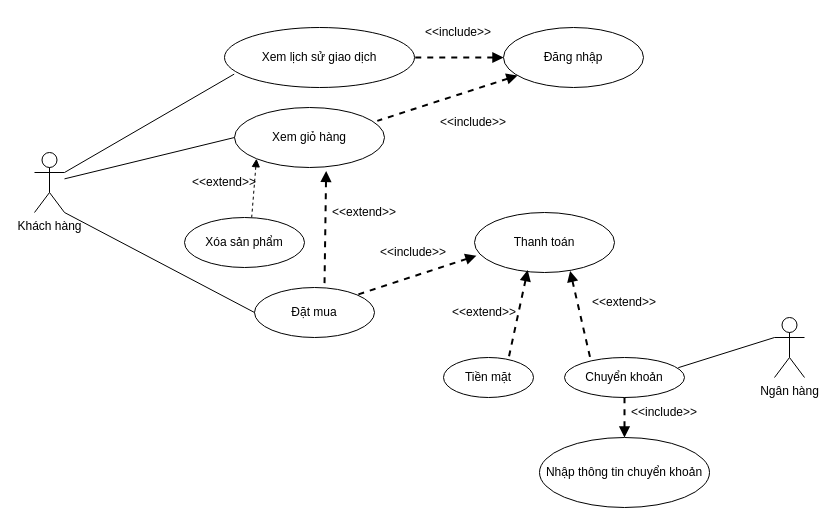
Above: Use Case Diagram/Cart_Checkout.drawio in NguyenThaiDung2003/IT3120Nhom11 (draw.io), before the change. Source tidied: cells renumbered, new cells numbered last; positions are measured from the earlier drawing's top-left corner, leaving out a move shared by most shapes. Both pictures are drawn from the tidied source at 100%, with x=0, y=0 at pixel (34, 17).
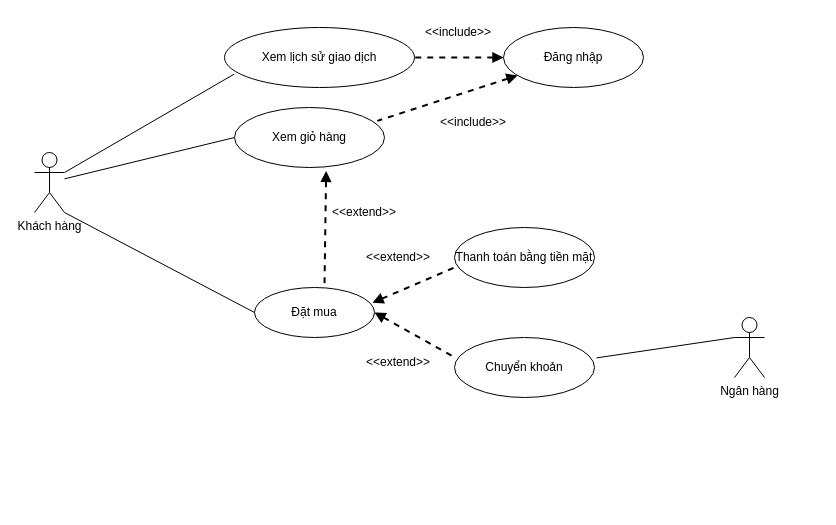
The same page after the edit.

Commit message:
Xóa bớt các thành phần chưa được xem xét là UC

Unchanged cells that the change refers to:
```xml
<mxCell id="4" value="Xem giỏ hàng" style="ellipse;whiteSpace=wrap;html=1;" parent="1" vertex="1">
  <mxGeometry x="200" y="90" width="150" height="60" as="geometry" />
</mxCell>
<mxCell id="5" value="Đặt mua" style="ellipse;whiteSpace=wrap;html=1;" parent="1" vertex="1">
  <mxGeometry x="220" y="270" width="120" height="50" as="geometry" />
</mxCell>
```

What changed in the source:
```diff
@@
-    <mxCell id="6" value="Xóa sản phẩm" style="ellipse;whiteSpace=wrap;html=1;" parent="1" vertex="1">
-      <mxGeometry x="150" y="200" width="120" height="50" as="geometry" />
-    </mxCell>
@@
-    <mxCell id="8" value="Thanh toán" style="ellipse;whiteSpace=wrap;html=1;" parent="1" vertex="1">
-      <mxGeometry x="440" y="195" width="140" height="60" as="geometry" />
+    <mxCell id="8" value="Thanh toán bằng tiền mặt" style="ellipse;whiteSpace=wrap;html=1;" parent="1" vertex="1">
+      <mxGeometry x="420" y="210" width="140" height="60" as="geometry" />
     </mxCell>
-    <mxCell id="9" value="Tiền mặt" style="ellipse;whiteSpace=wrap;html=1;" parent="1" vertex="1">
-      <mxGeometry x="409" y="340" width="90" height="40" as="geometry" />
-    </mxCell>
-    <mxCell id="10" value="Chuyển khoản" style="ellipse;whiteSpace=wrap;html=1;" parent="1" vertex="1">
-      <mxGeometry x="530" y="340" width="120" height="40" as="geometry" />
-    </mxCell>
-    <mxCell id="11" value="Nhập thông tin chuyển khoản" style="ellipse;whiteSpace=wrap;html=1;" parent="1" vertex="1">
-      <mxGeometry x="505" y="420" width="170" height="70" as="geometry" />
-    </mxCell>
     <mxCell id="12" value="Ngân hàng" style="shape=umlActor;verticalLabelPosition=bottom;verticalAlign=top;html=1;outlineConnect=0;" parent="1" vertex="1">
-      <mxGeometry x="740" y="300" width="30" height="60" as="geometry" />
+      <mxGeometry x="700" y="300" width="30" height="60" as="geometry" />
     </mxCell>
@@
-    <mxCell id="17" style="endArrow=none;dashed=1;html=1;strokeWidth=2;rounded=0;startArrow=block;startFill=1;entryX=1;entryY=0;entryDx=0;entryDy=0;exitX=0.014;exitY=0.72;exitDx=0;exitDy=0;exitPerimeter=0;" parent="1" edge="1" source="8" target="5">
+    <mxCell id="17" style="endArrow=none;dashed=1;html=1;strokeWidth=2;rounded=0;startArrow=block;startFill=1;entryX=0;entryY=0.667;entryDx=0;entryDy=0;entryPerimeter=0;exitX=0.983;exitY=0.304;exitDx=0;exitDy=0;exitPerimeter=0;" parent="1" edge="1" source="5" target="8">
       <mxGeometry relative="1" as="geometry" />
     </mxCell>
-    <mxCell id="18" style="endArrow=none;dashed=1;html=1;strokeWidth=2;rounded=0;startArrow=block;startFill=1;entryX=0.5;entryY=1;entryDx=0;entryDy=0;exitX=0.5;exitY=0;exitDx=0;exitDy=0;" parent="1" edge="1" source="11" target="10">
-      <mxGeometry relative="1" as="geometry" />
-    </mxCell>
-    <mxCell id="19" style="endArrow=none;html=1;rounded=0;exitX=0;exitY=0.3333333333333333;exitDx=0;exitDy=0;exitPerimeter=0;entryX=0.948;entryY=0.255;entryDx=0;entryDy=0;entryPerimeter=0;" parent="1" edge="1" source="12" target="10">
+    <mxCell id="19" style="endArrow=none;html=1;rounded=0;exitX=0;exitY=0.3333333333333333;exitDx=0;exitDy=0;exitPerimeter=0;entryX=1.014;entryY=0.34;entryDx=0;entryDy=0;entryPerimeter=0;" parent="1" edge="1" source="12" target="10">
       <mxGeometry relative="1" as="geometry" />
     </mxCell>
-    <mxCell id="20" style="endArrow=none;dashed=1;html=1;rounded=0;exitX=0;exitY=1;exitDx=0;exitDy=0;startArrow=block;startFill=1;entryX=0.56;entryY=-0.004;entryDx=0;entryDy=0;entryPerimeter=0;" parent="1" edge="1" source="4" target="6">
-      <mxGeometry relative="1" as="geometry" />
-    </mxCell>
-    <mxCell id="21" value="&amp;lt;&amp;lt;extend&amp;gt;&amp;gt;" style="text;html=1;align=center;verticalAlign=middle;whiteSpace=wrap;rounded=0;" parent="1" vertex="1">
-      <mxGeometry x="160" y="150" width="60" height="30" as="geometry" />
-    </mxCell>
@@
-    <mxCell id="24" value="&amp;lt;&amp;lt;include&amp;gt;&amp;gt;" style="text;html=1;align=center;verticalAlign=middle;whiteSpace=wrap;rounded=0;" parent="1" vertex="1">
-      <mxGeometry x="349" y="220" width="60" height="30" as="geometry" />
-    </mxCell>
@@
-    <mxCell id="27" value="&amp;lt;&amp;lt;include&amp;gt;&amp;gt;" style="text;html=1;align=center;verticalAlign=middle;whiteSpace=wrap;rounded=0;" parent="1" vertex="1">
-      <mxGeometry x="600" y="380" width="60" height="30" as="geometry" />
-    </mxCell>
-    <mxCell id="28" value="&amp;lt;&amp;lt;extend&amp;gt;&amp;gt;" style="text;html=1;align=center;verticalAlign=middle;whiteSpace=wrap;rounded=0;" parent="1" vertex="1">
-      <mxGeometry x="420" y="280" width="60" height="30" as="geometry" />
-    </mxCell>
     <mxCell id="29" value="&amp;lt;&amp;lt;extend&amp;gt;&amp;gt;" style="text;html=1;align=center;verticalAlign=middle;whiteSpace=wrap;rounded=0;" parent="1" vertex="1">
-      <mxGeometry x="560" y="270" width="60" height="30" as="geometry" />
+      <mxGeometry x="334" y="225" width="60" height="30" as="geometry" />
     </mxCell>
-    <mxCell id="30" style="endArrow=none;dashed=1;html=1;strokeWidth=2;rounded=0;startArrow=block;startFill=1;entryX=0.213;entryY=-0.005;entryDx=0;entryDy=0;entryPerimeter=0;exitX=0.683;exitY=0.973;exitDx=0;exitDy=0;exitPerimeter=0;" parent="1" edge="1" source="8" target="10">
-      <mxGeometry relative="1" as="geometry" />
-    </mxCell>
-    <mxCell id="31" style="endArrow=none;dashed=1;html=1;strokeWidth=2;rounded=0;startArrow=block;startFill=1;entryX=0.722;entryY=0.035;entryDx=0;entryDy=0;entryPerimeter=0;exitX=0.38;exitY=0.96;exitDx=0;exitDy=0;exitPerimeter=0;" parent="1" edge="1" source="8" target="9">
-      <mxGeometry relative="1" as="geometry" />
-    </mxCell>
-    <mxCell id="32" style="edgeStyle=orthogonalEdgeStyle;rounded=0;orthogonalLoop=1;jettySize=auto;html=1;exitX=0.5;exitY=1;exitDx=0;exitDy=0;" parent="1" edge="1" source="24" target="24">
-      <mxGeometry relative="1" as="geometry" />
+    <mxCell id="32" style="edgeStyle=orthogonalEdgeStyle;rounded=0;orthogonalLoop=1;jettySize=auto;html=1;exitX=0.5;exitY=1;exitDx=0;exitDy=0;" parent="1" edge="1">
+      <mxGeometry relative="1" as="geometry">
+        <mxPoint x="379" y="250" as="sourcePoint" />
+        <mxPoint x="379" y="250" as="targetPoint" />
+      </mxGeometry>
     </mxCell>
@@
+    <mxCell id="10" value="Chuyển khoản" style="ellipse;whiteSpace=wrap;html=1;" parent="1" vertex="1">
+      <mxGeometry x="420" y="320" width="140" height="60" as="geometry" />
+    </mxCell>
+    <mxCell id="34" style="endArrow=none;dashed=1;html=1;strokeWidth=2;rounded=0;startArrow=block;startFill=1;entryX=0.009;entryY=0.34;entryDx=0;entryDy=0;entryPerimeter=0;exitX=1;exitY=0.5;exitDx=0;exitDy=0;" parent="1" edge="1" source="5" target="10">
+      <mxGeometry relative="1" as="geometry" />
+    </mxCell>
+    <mxCell id="35" value="&amp;lt;&amp;lt;extend&amp;gt;&amp;gt;" style="text;html=1;align=center;verticalAlign=middle;whiteSpace=wrap;rounded=0;" parent="1" vertex="1">
+      <mxGeometry x="334" y="330" width="60" height="30" as="geometry" />
+    </mxCell>
```
